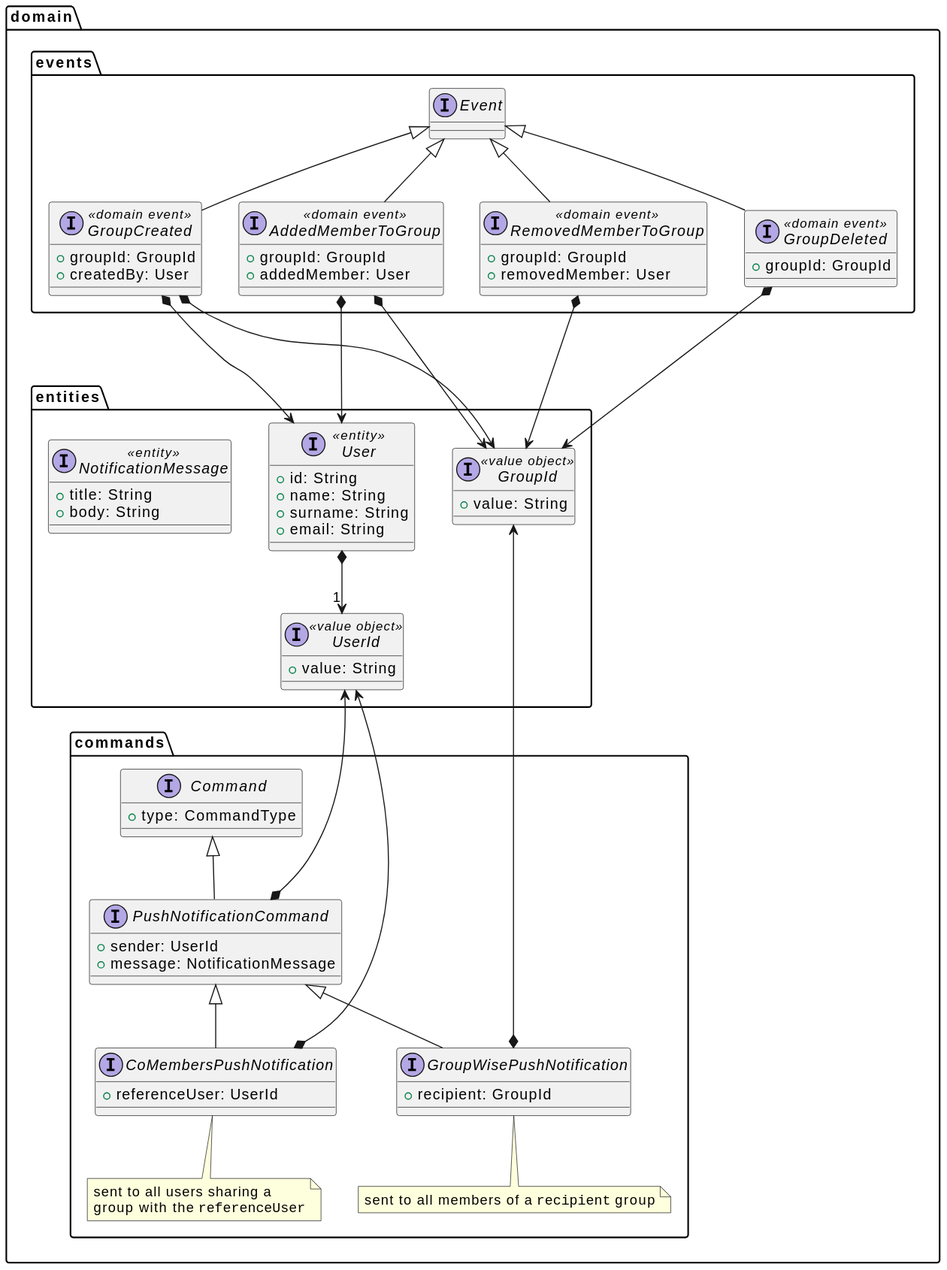
position-pal/position-pal.github.io keeps this PlantUML diagram as res/shared-kernel-structure-light.svg. Above is the earlier version. Its diagram source:
```plantuml
@startuml
package domain {

    package entities {
        interface GroupId <<value object>> {
            + value: String
        }

        interface UserId <<value object>> {
            + value: String
        }

        interface User <<entity>> {
            + id: String
            + name: String
            + surname: String
            + email: String
        }

        interface NotificationMessage <<entity>> {
            + title: String
            + body: String
        }

        User *--> "1" UserId
    }

    package events {
        interface Event

        interface AddedMemberToGroup <<domain event>> extends Event {
            + groupId: GroupId
            + addedMember: User
        }
        interface GroupCreated <<domain event>> extends Event {
            + groupId: GroupId
            + createdBy: User
        }
        interface GroupDeleted <<domain event>> extends Event {
            + groupId: GroupId
        }
        interface RemovedMemberToGroup <<domain event>> extends Event {
            + groupId: GroupId
            + removedMember: User
        }

        RemovedMemberToGroup *---> GroupId
        GroupDeleted *---> GroupId
        GroupCreated *---> GroupId
        GroupCreated *---> User
        AddedMemberToGroup *---> GroupId
        AddedMemberToGroup *---> User
    }

    package commands {
        interface Command {
            + type: CommandType
        }

        interface PushNotificationCommand extends Command {
            + sender: UserId
            + message: NotificationMessage
        }

        interface GroupWisePushNotification extends PushNotificationCommand {
            + recipient: GroupId
        }
        note bottom of GroupWisePushNotification
            sent to all members of a ""recipient"" group
        end note

        interface CoMembersPushNotification extends PushNotificationCommand {
            + referenceUser: UserId
        }
        note bottom of CoMembersPushNotification
            sent to all users sharing a
            group with the ""referenceUser""
        end note

        PushNotificationCommand *-up--> UserId
        GroupWisePushNotification *-up--> GroupId
        CoMembersPushNotification *-up--> UserId
    }
}
@enduml
```
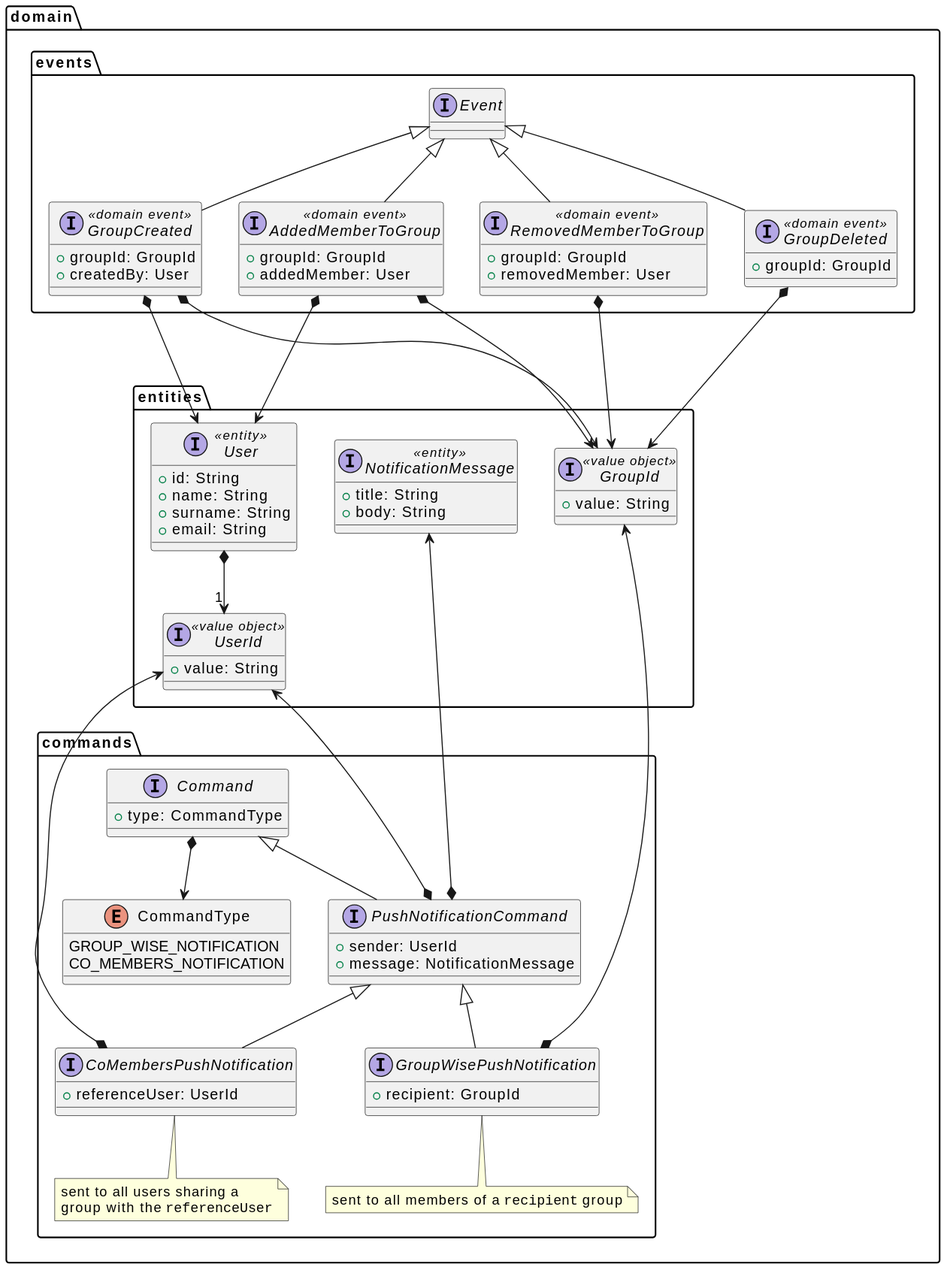
Above is the later version.

Change to the diagram source:
```diff
@@ -16,13 +16,12 @@
             + surname: String
             + email: String
         }
+        User *--> "1" UserId
 
         interface NotificationMessage <<entity>> {
             + title: String
             + body: String
         }
-
-        User *--> "1" UserId
     }
 
     package events {
@@ -57,10 +56,17 @@
             + type: CommandType
         }
 
+        enum CommandType {
+            GROUP_WISE_NOTIFICATION
+            CO_MEMBERS_NOTIFICATION
+        }
+        Command *--> CommandType
+
         interface PushNotificationCommand extends Command {
             + sender: UserId
             + message: NotificationMessage
         }
+        NotificationMessage <---* PushNotificationCommand
 
         interface GroupWisePushNotification extends PushNotificationCommand {
             + recipient: GroupId
@@ -78,8 +84,8 @@
         end note
 
         PushNotificationCommand *-up--> UserId
-        GroupWisePushNotification *-up--> GroupId
-        CoMembersPushNotification *-up--> UserId
+        GroupWisePushNotification *-up-> GroupId
+        CoMembersPushNotification *-up-> UserId
     }
 }
 @enduml
```
